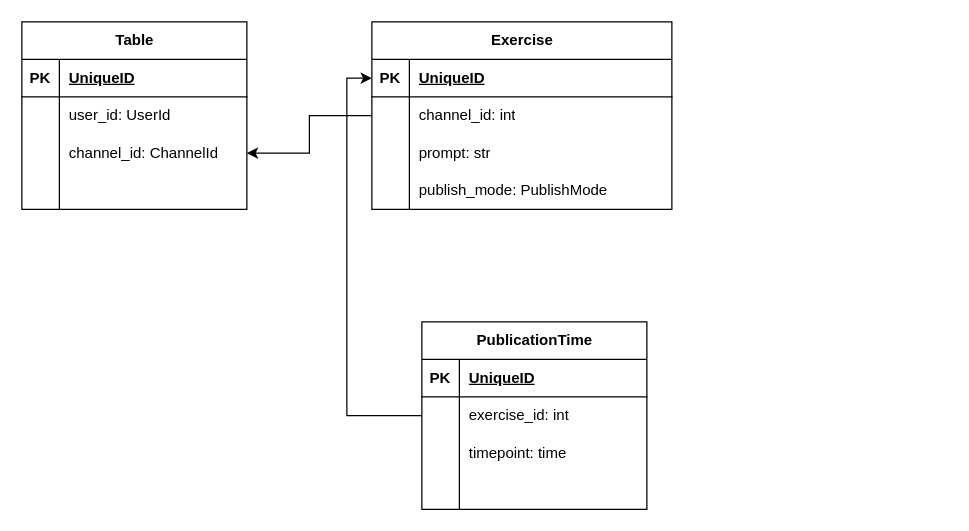
Above: page "database cheme" (2 of 2) of ChatGPT typing.drawio in KmvRoman/Diagrams (draw.io), before the change. Source tidied: cells renumbered, new cells numbered last; positions are measured from the earlier drawing's top-left corner, leaving out a move shared by most shapes. Both pictures are drawn from the tidied source at 125%, with x=0, y=0 at pixel (21, 21).
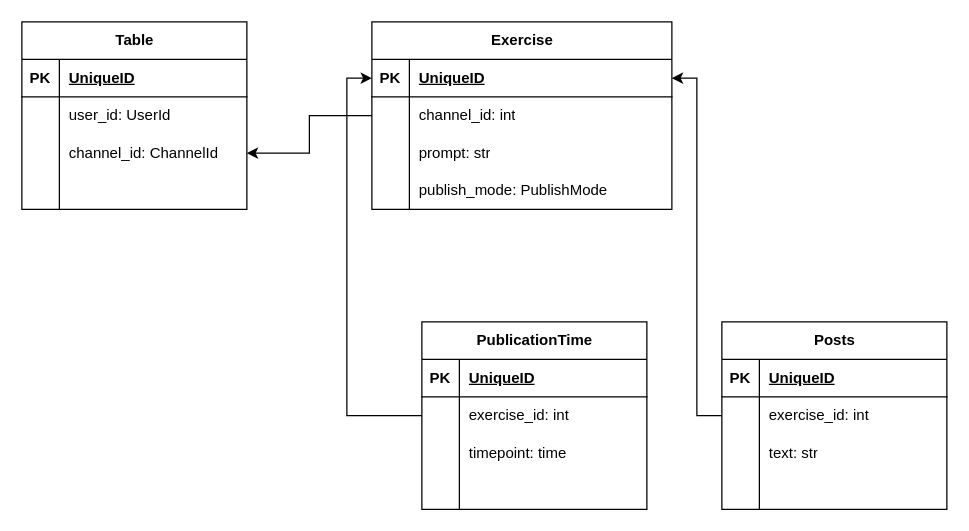
The same page after the edit.

The change refers to these unchanged cells:
```xml
<mxCell id="17" style="shape=tableRow;horizontal=0;startSize=0;swimlaneHead=0;swimlaneBody=0;fillColor=none;points=[[0,0.5],[1,0.5]];portConstraint=eastwest;top=0;left=0;right=0;bottom=1;" parent="16" vertex="1">
  <mxGeometry y="30" width="240" height="30" as="geometry" />
</mxCell>
```

What changed in the source:
```diff
@@
+    <mxCell id="43" value="Posts" style="shape=table;startSize=30;childLayout=tableLayout;rowLines=0;fontStyle=1;align=center;html=1;" parent="1" vertex="1">
+      <mxGeometry x="560" y="240" width="180" height="150" as="geometry" />
+    </mxCell>
+    <mxCell id="44" style="shape=tableRow;horizontal=0;startSize=0;swimlaneHead=0;swimlaneBody=0;fillColor=none;top=0;left=0;right=0;bottom=1;" parent="43" vertex="1">
+      <mxGeometry y="30" width="180" height="30" as="geometry" />
+    </mxCell>
+    <mxCell id="45" value="PK" style="shape=partialRectangle;fillColor=none;top=0;left=0;bottom=0;right=0;fontStyle=1;overflow=hidden;whiteSpace=wrap;html=1;" parent="44" vertex="1">
+      <mxGeometry width="30" height="30" as="geometry" />
+    </mxCell>
+    <mxCell id="46" value="UniqueID" style="shape=partialRectangle;fillColor=none;top=0;left=0;bottom=0;right=0;align=left;spacingLeft=6;fontStyle=5;overflow=hidden;whiteSpace=wrap;html=1;" parent="44" vertex="1">
+      <mxGeometry x="30" width="150" height="30" as="geometry" />
+    </mxCell>
+    <mxCell id="47" style="shape=tableRow;horizontal=0;startSize=0;swimlaneHead=0;swimlaneBody=0;fillColor=none;points=[[0,0.5],[1,0.5]];portConstraint=eastwest;top=0;left=0;right=0;bottom=0;" parent="43" vertex="1">
+      <mxGeometry y="60" width="180" height="30" as="geometry" />
+    </mxCell>
+    <mxCell id="48" style="shape=partialRectangle;fillColor=none;top=0;left=0;bottom=0;right=0;overflow=hidden;whiteSpace=wrap;html=1;" parent="47" vertex="1">
+      <mxGeometry width="30" height="30" as="geometry" />
+    </mxCell>
+    <mxCell id="49" value="exercise_id: int" style="shape=partialRectangle;fillColor=none;top=0;left=0;bottom=0;right=0;align=left;spacingLeft=6;overflow=hidden;whiteSpace=wrap;html=1;" parent="47" vertex="1">
+      <mxGeometry x="30" width="150" height="30" as="geometry" />
+    </mxCell>
+    <mxCell id="50" style="shape=tableRow;horizontal=0;startSize=0;swimlaneHead=0;swimlaneBody=0;fillColor=none;top=0;left=0;right=0;bottom=0;" parent="43" vertex="1">
+      <mxGeometry y="90" width="180" height="30" as="geometry" />
+    </mxCell>
+    <mxCell id="51" style="shape=partialRectangle;fillColor=none;top=0;left=0;bottom=0;right=0;overflow=hidden;whiteSpace=wrap;html=1;" parent="50" vertex="1">
+      <mxGeometry width="30" height="30" as="geometry" />
+    </mxCell>
+    <mxCell id="52" value="text: str" style="shape=partialRectangle;fillColor=none;top=0;left=0;bottom=0;right=0;align=left;spacingLeft=6;overflow=hidden;whiteSpace=wrap;html=1;" parent="50" vertex="1">
+      <mxGeometry x="30" width="150" height="30" as="geometry" />
+    </mxCell>
+    <mxCell id="53" style="shape=tableRow;horizontal=0;startSize=0;swimlaneHead=0;swimlaneBody=0;fillColor=none;top=0;left=0;right=0;bottom=0;" parent="43" vertex="1">
+      <mxGeometry y="120" width="180" height="30" as="geometry" />
+    </mxCell>
+    <mxCell id="54" style="shape=partialRectangle;fillColor=none;top=0;left=0;bottom=0;right=0;overflow=hidden;whiteSpace=wrap;html=1;" parent="53" vertex="1">
+      <mxGeometry width="30" height="30" as="geometry" />
+    </mxCell>
+    <mxCell id="55" style="shape=partialRectangle;fillColor=none;top=0;left=0;bottom=0;right=0;align=left;spacingLeft=6;overflow=hidden;whiteSpace=wrap;html=1;" parent="53" vertex="1">
+      <mxGeometry x="30" width="150" height="30" as="geometry" />
+    </mxCell>
+    <mxCell id="56" style="edgeStyle=orthogonalEdgeStyle;rounded=0;jettySize=auto;html=1;entryX=1;entryY=0.5;entryDx=0;entryDy=0;" parent="1" edge="1" source="47" target="17">
+      <mxGeometry relative="1" as="geometry" />
+    </mxCell>
```
